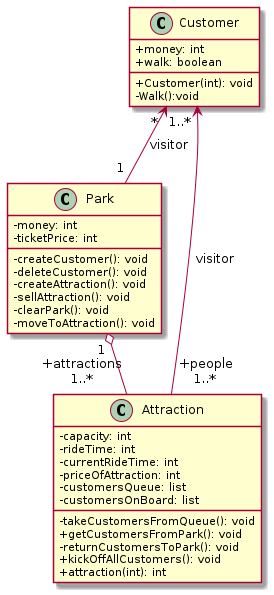
Above: description/images/class.png in mzhirko/amusement-park (PlantUML), before the change. Source of this version:
```plantuml
@startuml
skinparam classAttributeIconSize 0
Customer " * " <-- " 1 " Park: visitor
Customer " 1..* " <-- " +people\n 1..* " Attraction: visitor
Park " 1 " o-- " +attractions\n 1..*" Attraction

class Customer {
    + money: int
    + walk: boolean
    + Customer(int): void
    - Walk():void
}

class Park {
    - money: int
    - ticketPrice: int
    - createCustomer(): void
    - deleteCustomer(): void
    - createAttraction(): void
    - sellAttraction(): void
    - clearPark(): void
    - moveToAttraction(): void
}

class Attraction {
    - capacity: int
    - rideTime: int
    - currentRideTime: int
    - priceOfAttraction: int
    - customersQueue: list
    - customersOnBoard: list
    - takeCustomersFromQueue(): void
    + getCustomersFromPark(): void
    - returnCustomersToPark(): void
    + kickOffAllCustomers(): void
    + attraction(int): int
}

@enduml
```
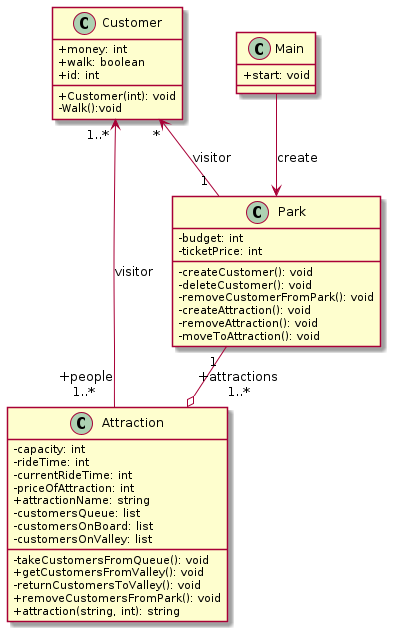
After the change.

Commit message:
Edit class diagram

Diff of the diagram source:
```diff
@@ -2,23 +2,25 @@
 skinparam classAttributeIconSize 0
 Customer " * " <-- " 1 " Park: visitor
 Customer " 1..* " <-- " +people\n 1..* " Attraction: visitor
-Park " 1 " o-- " +attractions\n 1..*" Attraction
+Park " 1 " --o " +attractions\n 1..*" Attraction
+Main --> Park: create
 
 class Customer {
     + money: int
     + walk: boolean
+    + id: int
     + Customer(int): void
     - Walk():void
 }
 
 class Park {
-    - money: int
+    - budget: int
     - ticketPrice: int
     - createCustomer(): void
     - deleteCustomer(): void
+    - removeCustomerFromPark(): void
     - createAttraction(): void
-    - sellAttraction(): void
-    - clearPark(): void
+    - removeAttraction(): void
     - moveToAttraction(): void
 }
 
@@ -27,13 +29,19 @@
     - rideTime: int
     - currentRideTime: int
     - priceOfAttraction: int
+    + attractionName: string
     - customersQueue: list
     - customersOnBoard: list
+    - customersOnValley: list
     - takeCustomersFromQueue(): void
-    + getCustomersFromPark(): void
-    - returnCustomersToPark(): void
-    + kickOffAllCustomers(): void
-    + attraction(int): int
+    + getCustomersFromValley(): void
+    - returnCustomersToValley(): void
+    + removeCustomersFromPark(): void
+    + attraction(string, int): string
+}
+
+class Main {
++ start: void
 }
 
 @enduml
```
